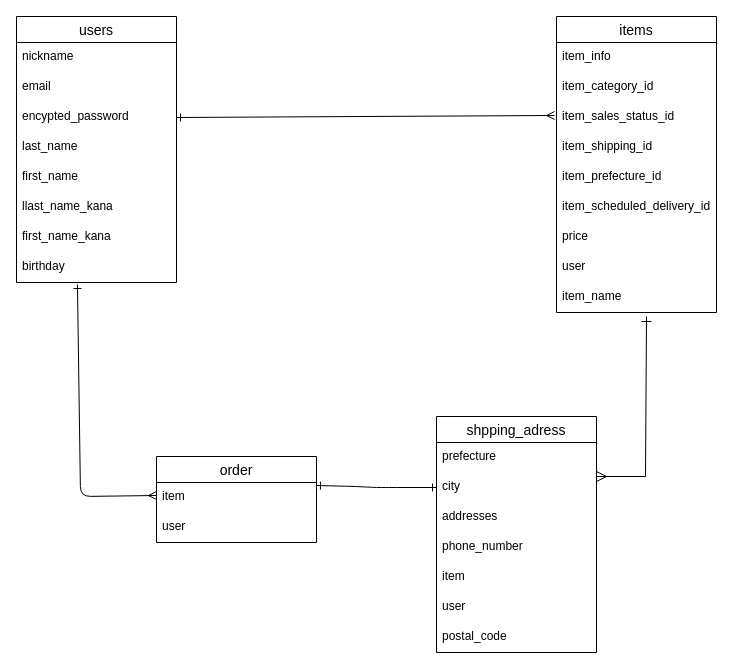
tamurakenta/furima-39688 keeps this draw.io diagram as test.dio. Above is the earlier version. Source tidied: cells renumbered, new cells numbered last; positions are measured from the earlier drawing's top-left corner, leaving out a move shared by most shapes. Both pictures are drawn from the tidied source at 100%, with x=0, y=0 at pixel (16, 16).
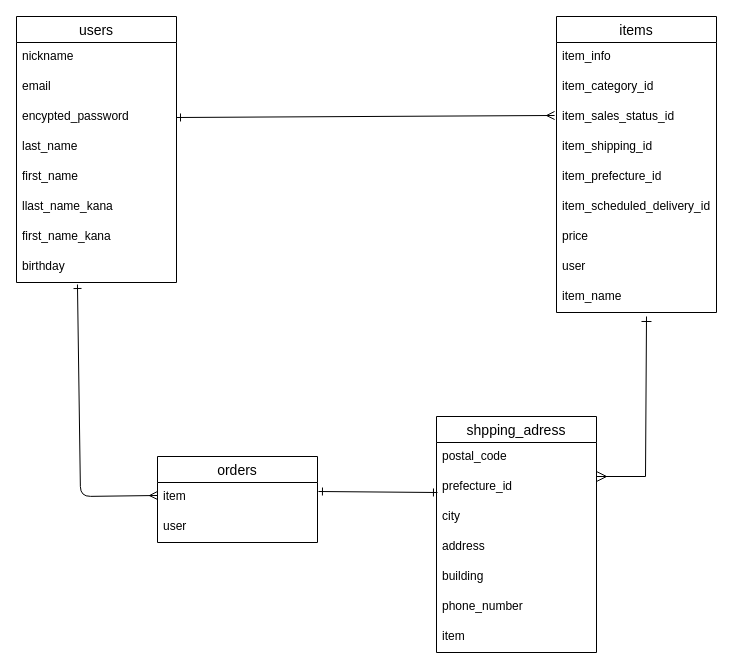
The same diagram, later.

Unchanged cells that the change refers to:
```xml
<mxCell id="22" value="item" style="text;strokeColor=none;fillColor=none;spacingLeft=4;spacingRight=4;overflow=hidden;points=[[0,0.5],[1,0.5]];portConstraint=eastwest;fontSize=12;" parent="21" vertex="1">
  <mxGeometry y="26" width="160" height="30" as="geometry" />
</mxCell>
<mxCell id="24" value="shpping_adress" style="swimlane;fontStyle=0;horizontal=1;startSize=26;align=center;fontSize=14;rounded=0;" parent="1" vertex="1">
  <mxGeometry x="420" y="400" width="160" height="236" as="geometry" />
</mxCell>
```

The edit, as a diff of the source:
```diff
@@
-    <mxCell id="21" value="order" style="swimlane;fontStyle=0;horizontal=1;startSize=26;align=center;fontSize=14;rounded=0;" parent="1" vertex="1">
-      <mxGeometry x="140" y="440" width="160" height="86" as="geometry" />
+    <mxCell id="21" value="orders" style="swimlane;fontStyle=0;horizontal=1;startSize=26;align=center;fontSize=14;rounded=0;" parent="1" vertex="1">
+      <mxGeometry x="141" y="440" width="160" height="86" as="geometry" />
     </mxCell>
@@
+    <mxCell id="31" value="postal_code" style="text;strokeColor=none;fillColor=none;spacingLeft=4;spacingRight=4;overflow=hidden;fontSize=12;rounded=0;" parent="24" vertex="1">
+      <mxGeometry y="26" width="160" height="30" as="geometry" />
+    </mxCell>
-    <mxCell id="25" value="prefecture" style="text;strokeColor=none;fillColor=none;spacingLeft=4;spacingRight=4;overflow=hidden;points=[[0,0.5],[1,0.5]];portConstraint=eastwest;fontSize=12;rounded=0;" parent="24" vertex="1">
-      <mxGeometry y="26" width="160" height="30" as="geometry" />
+    <mxCell id="25" value="prefecture_id" style="text;strokeColor=none;fillColor=none;spacingLeft=4;spacingRight=4;overflow=hidden;points=[[0,0.5],[1,0.5]];portConstraint=eastwest;fontSize=12;rounded=0;" parent="24" vertex="1">
+      <mxGeometry y="56" width="160" height="30" as="geometry" />
     </mxCell>
     <mxCell id="26" value="city" style="text;strokeColor=none;fillColor=none;spacingLeft=4;spacingRight=4;overflow=hidden;points=[[0,0.5],[1,0.5]];portConstraint=eastwest;fontSize=12;rounded=0;" parent="24" vertex="1">
-      <mxGeometry y="56" width="160" height="30" as="geometry" />
+      <mxGeometry y="86" width="160" height="30" as="geometry" />
     </mxCell>
-    <mxCell id="27" value="addresses" style="text;strokeColor=none;fillColor=none;spacingLeft=4;spacingRight=4;overflow=hidden;fontSize=12;rounded=0;" parent="24" vertex="1">
-      <mxGeometry y="86" width="160" height="30" as="geometry" />
+    <mxCell id="27" value="address" style="text;strokeColor=none;fillColor=none;spacingLeft=4;spacingRight=4;overflow=hidden;fontSize=12;rounded=0;" parent="24" vertex="1">
+      <mxGeometry y="116" width="160" height="30" as="geometry" />
     </mxCell>
+    <mxCell id="29" value="building" style="text;strokeColor=none;fillColor=none;spacingLeft=4;spacingRight=4;overflow=hidden;fontSize=12;" parent="24" vertex="1">
+      <mxGeometry y="146" width="160" height="30" as="geometry" />
+    </mxCell>
     <mxCell id="28" value="phone_number" style="text;strokeColor=none;fillColor=none;spacingLeft=4;spacingRight=4;overflow=hidden;fontSize=12;" parent="24" vertex="1">
-      <mxGeometry y="116" width="160" height="30" as="geometry" />
+      <mxGeometry y="176" width="160" height="30" as="geometry" />
     </mxCell>
-    <mxCell id="29" value="item" style="text;strokeColor=none;fillColor=none;spacingLeft=4;spacingRight=4;overflow=hidden;fontSize=12;" parent="24" vertex="1">
-      <mxGeometry y="146" width="160" height="30" as="geometry" />
-    </mxCell>
-    <mxCell id="30" value="user" style="text;strokeColor=none;fillColor=none;spacingLeft=4;spacingRight=4;overflow=hidden;fontSize=12;rounded=0;" parent="24" vertex="1">
-      <mxGeometry y="176" width="160" height="30" as="geometry" />
+    <mxCell id="30" value="item" style="text;strokeColor=none;fillColor=none;spacingLeft=4;spacingRight=4;overflow=hidden;fontSize=12;rounded=0;" parent="24" vertex="1">
+      <mxGeometry y="206" width="160" height="30" as="geometry" />
     </mxCell>
-    <mxCell id="31" value="postal_code" style="text;strokeColor=none;fillColor=none;spacingLeft=4;spacingRight=4;overflow=hidden;fontSize=12;rounded=0;" parent="24" vertex="1">
-      <mxGeometry y="206" width="160" height="30" as="geometry" />
-    </mxCell>
@@
-    <mxCell id="35" style="edgeStyle=none;html=1;exitX=1;exitY=0.1;exitDx=0;exitDy=0;startArrow=ERone;startFill=0;endArrow=ERone;endFill=0;entryX=0;entryY=0.5;entryDx=0;entryDy=0;exitPerimeter=0;" parent="1" edge="1" source="22" target="26">
-      <mxGeometry relative="1" as="geometry">
-        <Array as="points">
-          <mxPoint x="340" y="470" />
-          <mxPoint x="360" y="471" />
-          <mxPoint x="370" y="471" />
-        </Array>
-      </mxGeometry>
+    <mxCell id="35" style="edgeStyle=none;html=1;exitX=1.006;exitY=0.3;exitDx=0;exitDy=0;startArrow=ERone;startFill=0;endArrow=ERone;endFill=0;entryX=0.006;entryY=0.667;entryDx=0;entryDy=0;exitPerimeter=0;entryPerimeter=0;" parent="1" edge="1" source="22" target="25">
+      <mxGeometry relative="1" as="geometry" />
     </mxCell>
```
